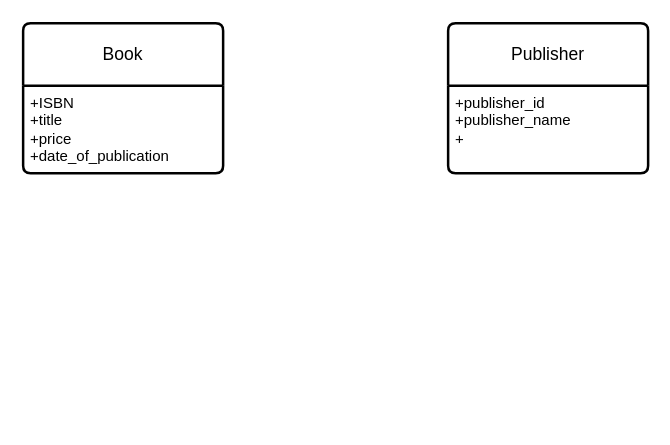
Earlier version of the draw.io diagram Untitled Diagram.drawio (jocamp11/BUS393ERDHW1). Source tidied: cells renumbered, new cells numbered last; positions are measured from the earlier drawing's top-left corner, leaving out a move shared by most shapes. Both pictures are drawn from the tidied source at 125%, with x=0, y=0 at pixel (22, 22).
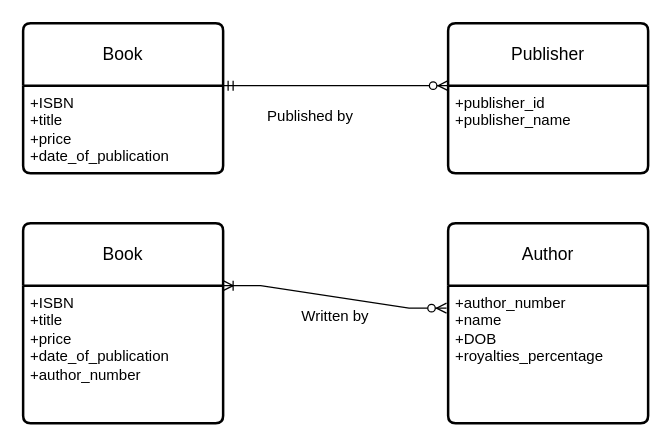
The same diagram, later.

What changed in the source:
```diff
@@
 <mxGraphModel>
   <root>
     <mxCell id="0" />
     <mxCell id="1" parent="0" />
     <mxCell id="2" value="Book" style="swimlane;horizontal=1;startSize=50;rounded=1;fontSize=14;fontStyle=0;strokeWidth=2;shadow=0;dashed=0;align=center;arcSize=4;whiteSpace=wrap;html=1;" parent="1" vertex="1">
       <mxGeometry width="160" height="120" as="geometry" />
     </mxCell>
     <mxCell id="3" value="+ISBN&lt;br&gt;+title&lt;br&gt;&lt;div&gt;+price&lt;/div&gt;&lt;div&gt;+date_of_publication&lt;br&gt;&lt;/div&gt;" style="align=left;strokeColor=none;fillColor=none;spacingLeft=4;fontSize=12;verticalAlign=top;html=1;" parent="2" vertex="1">
       <mxGeometry y="50" width="160" height="70" as="geometry" />
     </mxCell>
     <mxCell id="4" value="Publisher" style="swimlane;horizontal=1;startSize=50;rounded=1;fontSize=14;fontStyle=0;strokeWidth=2;shadow=0;dashed=0;align=center;arcSize=4;whiteSpace=wrap;html=1;" parent="1" vertex="1">
       <mxGeometry x="340" width="160" height="120" as="geometry" />
     </mxCell>
-    <mxCell id="5" value="+publisher_id&lt;br&gt;+publisher_name&lt;br&gt;+" style="align=left;strokeColor=none;fillColor=none;spacingLeft=4;fontSize=12;verticalAlign=top;html=1;" parent="4" vertex="1">
+    <mxCell id="5" value="+publisher_id&lt;br&gt;+publisher_name&lt;br&gt;" style="align=left;strokeColor=none;fillColor=none;spacingLeft=4;fontSize=12;verticalAlign=top;html=1;" parent="4" vertex="1">
       <mxGeometry y="50" width="160" height="70" as="geometry" />
     </mxCell>
+    <mxCell id="6" style="edgeStyle=entityRelationEdgeStyle;fontSize=12;html=1;endArrow=ERzeroToMany;startArrow=ERmandOne;rounded=0;entryX=0;entryY=0;entryDx=0;entryDy=0;exitX=1;exitY=0;exitDx=0;exitDy=0;" parent="1" edge="1" source="3" target="5">
+      <mxGeometry relative="1" as="geometry" />
+    </mxCell>
+    <mxCell id="7" value="&lt;div&gt;Published by&lt;/div&gt;" style="text;html=1;strokeColor=none;fillColor=none;align=center;verticalAlign=middle;whiteSpace=wrap;rounded=0;" parent="1" vertex="1">
+      <mxGeometry x="190" y="60" width="80" height="30" as="geometry" />
+    </mxCell>
+    <mxCell id="8" value="Book" style="swimlane;horizontal=1;startSize=50;rounded=1;fontSize=14;fontStyle=0;strokeWidth=2;shadow=0;dashed=0;align=center;arcSize=4;whiteSpace=wrap;html=1;" parent="1" vertex="1">
+      <mxGeometry y="160" width="160" height="160" as="geometry" />
+    </mxCell>
+    <mxCell id="9" value="+ISBN&lt;br&gt;+title&lt;br&gt;&lt;div&gt;+price&lt;/div&gt;&lt;div&gt;+date_of_publication&lt;/div&gt;&lt;div&gt;+author_number&lt;br&gt;&lt;/div&gt;" style="align=left;strokeColor=none;fillColor=none;spacingLeft=4;fontSize=12;verticalAlign=top;html=1;" parent="8" vertex="1">
+      <mxGeometry y="50" width="160" height="110" as="geometry" />
+    </mxCell>
+    <mxCell id="10" value="&lt;div&gt;Author&lt;/div&gt;" style="swimlane;horizontal=1;startSize=50;rounded=1;fontSize=14;fontStyle=0;strokeWidth=2;shadow=0;dashed=0;align=center;arcSize=4;whiteSpace=wrap;html=1;" parent="1" vertex="1">
+      <mxGeometry x="340" y="160" width="160" height="160" as="geometry" />
+    </mxCell>
+    <mxCell id="11" value="+author_number&lt;br&gt;+name&lt;br&gt;&lt;div&gt;+DOB&lt;/div&gt;&lt;div&gt;+royalties_percentage&lt;/div&gt;&lt;div&gt;&lt;br&gt;&lt;/div&gt;&lt;div&gt;&lt;br&gt;&lt;/div&gt;" style="align=left;strokeColor=none;fillColor=none;spacingLeft=4;fontSize=12;verticalAlign=top;html=1;" parent="10" vertex="1">
+      <mxGeometry y="50" width="160" height="110" as="geometry" />
+    </mxCell>
+    <mxCell id="12" style="edgeStyle=entityRelationEdgeStyle;fontSize=12;html=1;endArrow=ERoneToMany;startArrow=ERzeroToMany;rounded=0;entryX=1;entryY=0;entryDx=0;entryDy=0;exitX=-0.008;exitY=0.425;exitDx=0;exitDy=0;exitPerimeter=0;" parent="1" edge="1" source="10" target="9">
+      <mxGeometry relative="1" as="geometry" />
+    </mxCell>
+    <mxCell id="13" value="&lt;div&gt;Written by&lt;/div&gt;" style="text;html=1;strokeColor=none;fillColor=none;align=center;verticalAlign=middle;whiteSpace=wrap;rounded=0;" parent="1" vertex="1">
+      <mxGeometry x="220" y="220" width="60" height="30" as="geometry" />
+    </mxCell>
   </root>
 </mxGraphModel>
```
